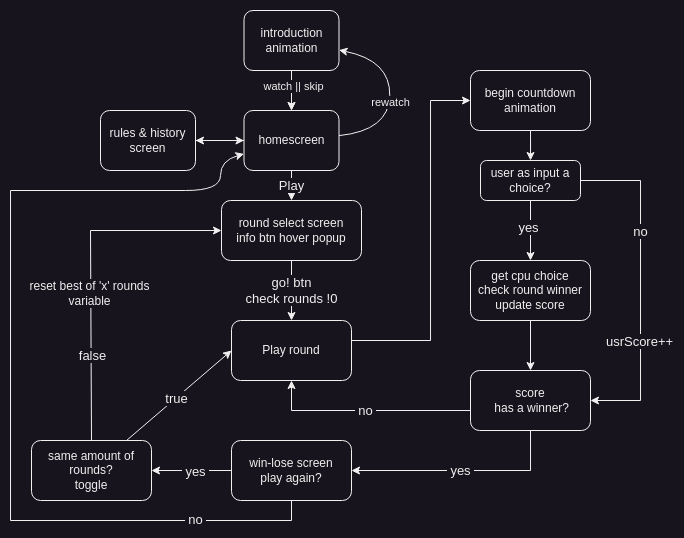
carafelix/rps-sansukumi-ken keeps this draw.io diagram as concept/diagram/rps.drawio.png. Above is the earlier version. Source tidied: cells renumbered, new cells last; positions are measured from the earlier drawing's top-left corner, leaving out a move shared by most shapes.
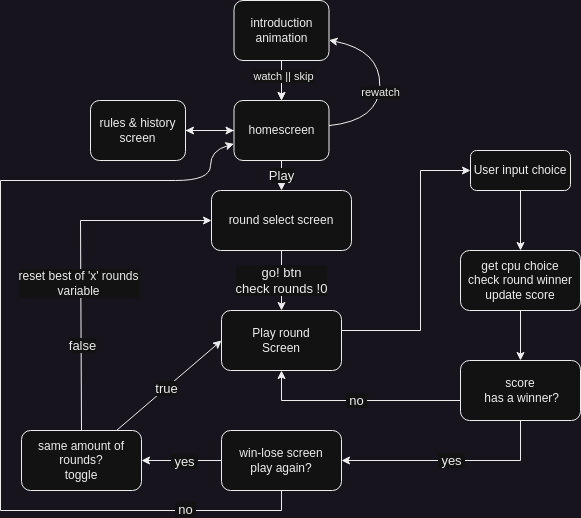
The same file after the commit.

Change to the diagram source:
```diff
@@ -45,18 +45,18 @@
     <mxCell id="13" value="&lt;font style=&quot;font-size: 13px;&quot;&gt;go! btn&lt;br&gt;check rounds !0&lt;br&gt;&lt;/font&gt;" style="edgeStyle=orthogonalEdgeStyle;rounded=0;jettySize=auto;html=1;" parent="1" edge="1" source="14" target="16">
       <mxGeometry relative="1" as="geometry" />
     </mxCell>
-    <mxCell id="14" value="round select screen&lt;br&gt;info btn hover popup" style="rounded=1;whiteSpace=wrap;html=1;" parent="1" vertex="1">
+    <mxCell id="14" value="round select screen&lt;br&gt;" style="rounded=1;whiteSpace=wrap;html=1;" parent="1" vertex="1">
       <mxGeometry x="211" y="190" width="140" height="60" as="geometry" />
     </mxCell>
-    <mxCell id="15" style="edgeStyle=orthogonalEdgeStyle;rounded=0;jettySize=auto;html=1;" parent="1" edge="1" source="16" target="23">
+    <mxCell id="15" style="edgeStyle=orthogonalEdgeStyle;rounded=0;jettySize=auto;html=1;entryX=0;entryY=0.5;entryDx=0;entryDy=0;" parent="1" edge="1" source="16" target="40">
       <mxGeometry relative="1" as="geometry">
         <Array as="points">
           <mxPoint x="420" y="330" />
-          <mxPoint x="420" y="90" />
+          <mxPoint x="420" y="170" />
         </Array>
       </mxGeometry>
     </mxCell>
-    <mxCell id="16" value="Play round" style="rounded=1;whiteSpace=wrap;html=1;" parent="1" vertex="1">
+    <mxCell id="16" value="Play round&lt;br&gt;Screen" style="rounded=1;whiteSpace=wrap;html=1;" parent="1" vertex="1">
       <mxGeometry x="221" y="310" width="120" height="60" as="geometry" />
     </mxCell>
     <mxCell id="17" style="edgeStyle=orthogonalEdgeStyle;rounded=0;jettySize=auto;html=1;" parent="1" edge="1" source="21" target="29">
@@ -80,12 +80,6 @@
     <mxCell id="21" value="win-lose screen&lt;br&gt;play again?" style="rounded=1;whiteSpace=wrap;html=1;" parent="1" vertex="1">
       <mxGeometry x="221" y="430" width="120" height="60" as="geometry" />
     </mxCell>
-    <mxCell id="22" style="edgeStyle=orthogonalEdgeStyle;rounded=0;jettySize=auto;html=1;" parent="1" edge="1" source="23" target="40">
-      <mxGeometry relative="1" as="geometry" />
-    </mxCell>
-    <mxCell id="23" value="begin countdown animation" style="whiteSpace=wrap;html=1;rounded=1;" parent="1" vertex="1">
-      <mxGeometry x="460" y="60" width="120" height="60" as="geometry" />
-    </mxCell>
     <mxCell id="24" style="edgeStyle=orthogonalEdgeStyle;rounded=0;jettySize=auto;html=1;" parent="1" edge="1" source="25" target="28">
       <mxGeometry relative="1" as="geometry" />
     </mxCell>
@@ -136,26 +130,7 @@
     <mxCell id="35" style="edgeStyle=orthogonalEdgeStyle;rounded=0;jettySize=auto;html=1;" parent="1" edge="1" source="40" target="25">
       <mxGeometry relative="1" as="geometry" />
     </mxCell>
-    <mxCell id="36" value="&lt;font style=&quot;font-size: 13px;&quot;&gt;yes&lt;/font&gt;" style="edgeLabel;html=1;align=center;verticalAlign=middle;" parent="35" vertex="1">
-      <mxGeometry x="-0.1" y="-2" relative="1" as="geometry" />
-    </mxCell>
-    <mxCell id="37" style="edgeStyle=orthogonalEdgeStyle;rounded=0;jettySize=auto;html=1;entryX=1;entryY=0.5;entryDx=0;entryDy=0;" parent="1" edge="1" source="40" target="28">
-      <mxGeometry relative="1" as="geometry">
-        <Array as="points">
-          <mxPoint x="630" y="170" />
-          <mxPoint x="630" y="390" />
-        </Array>
-      </mxGeometry>
-    </mxCell>
-    <mxCell id="38" value="&lt;font style=&quot;font-size: 13px;&quot;&gt;no&lt;/font&gt;" style="edgeLabel;html=1;align=center;verticalAlign=middle;" parent="37" vertex="1">
-      <mxGeometry x="-0.33" relative="1" as="geometry" />
-    </mxCell>
-    <mxCell id="39" value="&lt;font style=&quot;font-size: 13px;&quot;&gt;usrScore++&lt;/font&gt;" style="edgeLabel;html=1;align=center;verticalAlign=middle;" parent="37" vertex="1">
-      <mxGeometry x="0.1" y="-1" relative="1" as="geometry">
-        <mxPoint y="38" as="offset" />
-      </mxGeometry>
-    </mxCell>
-    <mxCell id="40" value="user as input a choice?" style="rounded=1;whiteSpace=wrap;html=1;" parent="1" vertex="1">
+    <mxCell id="40" value="User input choice" style="rounded=1;whiteSpace=wrap;html=1;" parent="1" vertex="1">
       <mxGeometry x="470" y="150" width="100" height="40" as="geometry" />
     </mxCell>
     <mxCell id="41" style="shape=waypoint;sketch=0;size=6;points=[];fillColor=default;perimeter=centerPerimeter;snapToPoint=1;rounded=1;strokeWidth=0;strokeColor=none;" parent="1" vertex="1">
```
